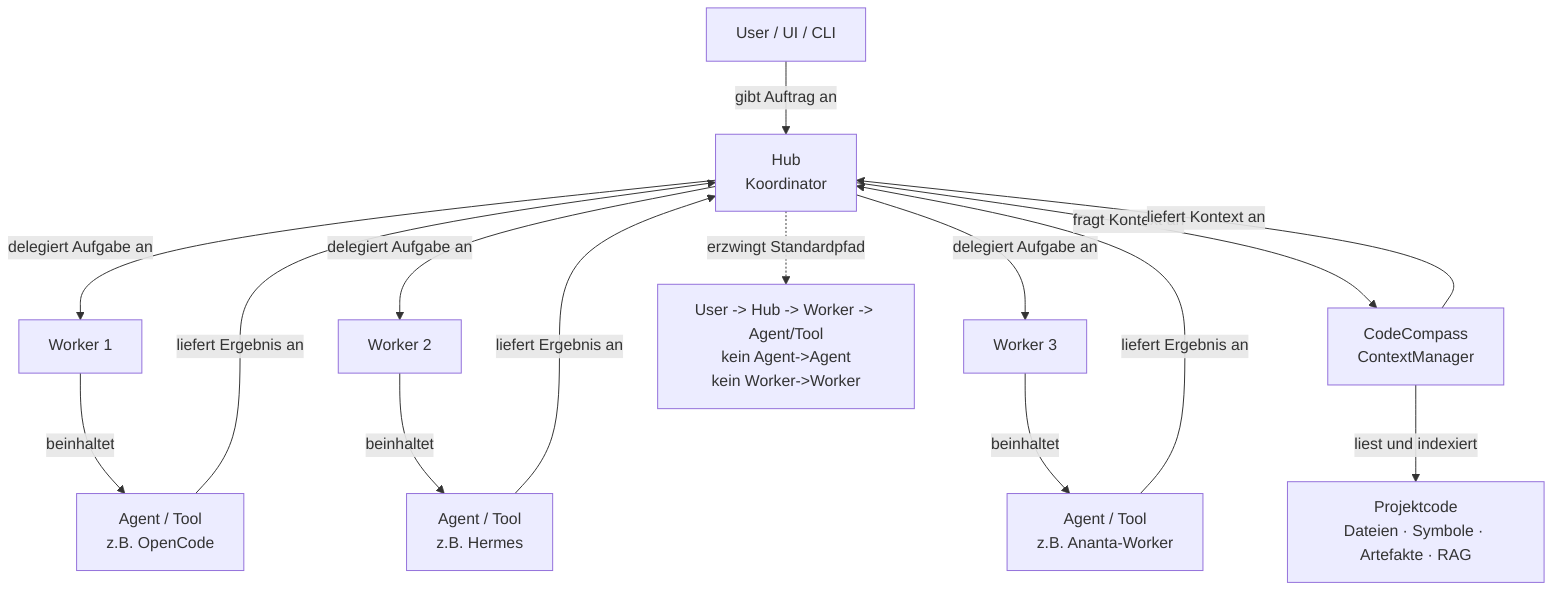
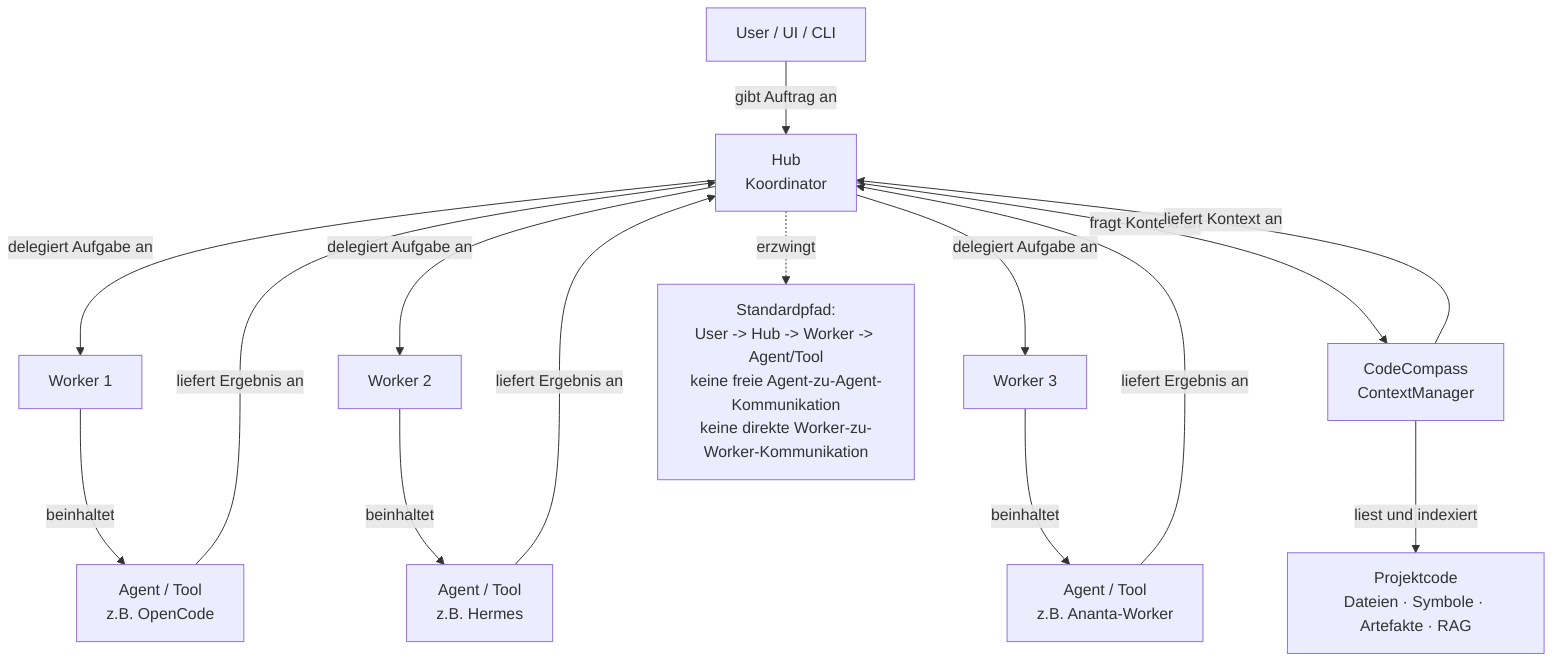
%% Ananta architecture - simple explanation for demos
%% Die Pfeile sind bewusst als Satz lesbar.
%% Beispiel: Hub delegiert Aufgaben an Worker.

flowchart TD
-     U["User / UI / CLI"] -->|"gibt Auftrag an"| H["Hub\nKoordinator"]
+     U["User / UI / CLI"] -->|"gibt Auftrag an"| H["Hub<br/>Koordinator"]

    H -->|"delegiert Aufgabe an"| W1["Worker 1"]
    H -->|"delegiert Aufgabe an"| W2["Worker 2"]
    H -->|"delegiert Aufgabe an"| W3["Worker 3"]

-     W1 -->|"beinhaltet"| A1["Agent / Tool\nz.B. OpenCode"]
-     W2 -->|"beinhaltet"| A2["Agent / Tool\nz.B. Hermes"]
-     W3 -->|"beinhaltet"| A3["Agent / Tool\nz.B. Ananta-Worker"]
+     W1 -->|"beinhaltet"| A1["Agent / Tool<br/>z.B. OpenCode"]
+     W2 -->|"beinhaltet"| A2["Agent / Tool<br/>z.B. Hermes"]
+     W3 -->|"beinhaltet"| A3["Agent / Tool<br/>z.B. Ananta-Worker"]

-     H -->|"fragt Kontext an"| CC["CodeCompass\nContextManager"]
+     H -->|"fragt Kontext an"| CC["CodeCompass<br/>ContextManager"]
    CC -->|"liefert Kontext an"| H
-     CC -->|"liest und indexiert"| SRC["Projektcode\nDateien · Symbole · Artefakte · RAG"]
+     CC -->|"liest und indexiert"| SRC["Projektcode<br/>Dateien · Symbole · Artefakte · RAG"]

    A1 -->|"liefert Ergebnis an"| H
    A2 -->|"liefert Ergebnis an"| H
    A3 -->|"liefert Ergebnis an"| H

-     H -.->|"erzwingt Standardpfad"| RULE["User -> Hub -> Worker -> Agent/Tool\nkein Agent->Agent\nkein Worker->Worker"]
+     H -.->|"erzwingt"| RULE["Standardpfad:<br/>User -> Hub -> Worker -> Agent/Tool<br/>keine freie Agent-zu-Agent-Kommunikation<br/>keine direkte Worker-zu-Worker-Kommunikation"]
